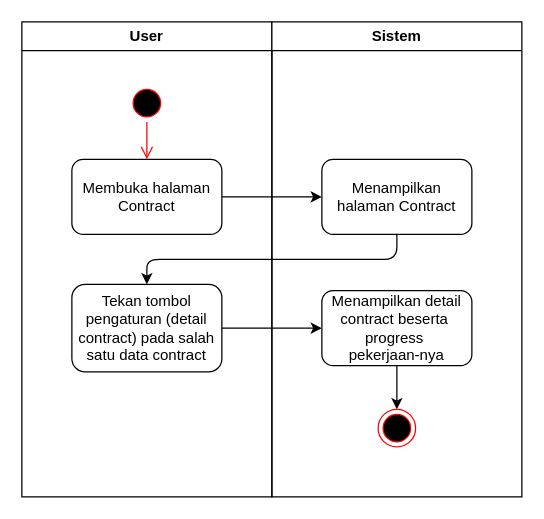
Above: contract/progresspekerjaan.drawio in rismanrhz/idms (draw.io), before the change. Source tidied: cells renumbered, new cells numbered last; positions are measured from the earlier drawing's top-left corner, leaving out a move shared by most shapes. Both pictures are drawn from the tidied source at 125%, with x=0, y=0 at pixel (21, 21).
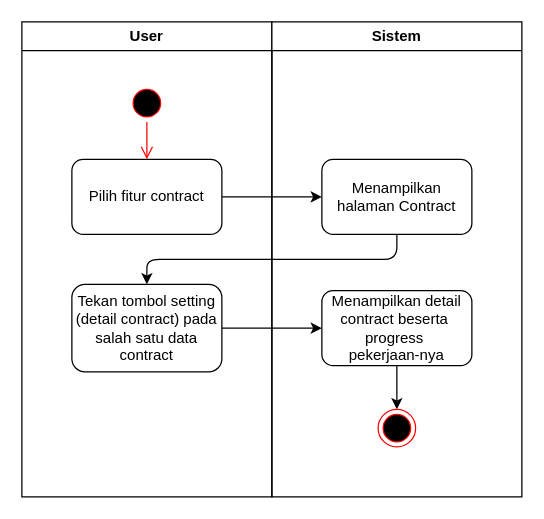
The same diagram, later.

What changed in the source:
```diff
@@
 <mxGraphModel>
   <root>
     <mxCell id="0" />
     <mxCell id="1" parent="0" />
     <mxCell id="2" value="User" style="swimlane;whiteSpace=wrap;html=1;" parent="1" vertex="1">
       <mxGeometry width="200" height="380" as="geometry" />
     </mxCell>
     <mxCell id="3" style="ellipse;html=1;shape=startState;fillColor=#000000;strokeColor=#ff0000;" parent="2" vertex="1">
       <mxGeometry x="85" y="50" width="30" height="30" as="geometry" />
     </mxCell>
-    <mxCell id="4" value="Membuka halaman Contract" style="rounded=1;whiteSpace=wrap;html=1;" parent="2" vertex="1">
+    <mxCell id="4" value="Pilih fitur contract" style="rounded=1;whiteSpace=wrap;html=1;" parent="2" vertex="1">
       <mxGeometry x="40" y="110" width="120" height="60" as="geometry" />
     </mxCell>
     <mxCell id="5" style="edgeStyle=orthogonalEdgeStyle;html=1;verticalAlign=bottom;endArrow=open;endSize=8;strokeColor=#ff0000;entryX=0.5;entryY=0;entryDx=0;entryDy=0;" parent="2" edge="1" source="3" target="4">
       <mxGeometry relative="1" as="geometry" />
     </mxCell>
-    <mxCell id="6" value="Tekan tombol pengaturan (detail contract) pada salah satu data contract" style="rounded=1;whiteSpace=wrap;html=1;" parent="2" vertex="1">
+    <mxCell id="6" value="Tekan tombol setting (detail contract) pada salah satu data contract" style="rounded=1;whiteSpace=wrap;html=1;" parent="2" vertex="1">
       <mxGeometry x="40" y="210" width="120" height="70" as="geometry" />
     </mxCell>
     <mxCell id="7" value="Sistem" style="swimlane;whiteSpace=wrap;html=1;" parent="1" vertex="1">
       <mxGeometry x="200" width="200" height="380" as="geometry" />
     </mxCell>
     <mxCell id="8" value="Menampilkan halaman Contract" style="rounded=1;whiteSpace=wrap;html=1;" parent="7" vertex="1">
       <mxGeometry x="40" y="110" width="120" height="60" as="geometry" />
     </mxCell>
     <mxCell id="9" value="Menampilkan detail contract beserta&amp;nbsp;&lt;div&gt;progress&amp;nbsp;&lt;/div&gt;&lt;div&gt;pekerjaan-nya&lt;/div&gt;" style="rounded=1;whiteSpace=wrap;html=1;" parent="7" vertex="1">
       <mxGeometry x="40" y="215" width="120" height="60" as="geometry" />
     </mxCell>
     <mxCell id="10" style="edgeStyle=none;html=1;entryX=1;entryY=0.5;entryDx=0;entryDy=0;" parent="7" edge="1">
       <mxGeometry relative="1" as="geometry">
         <mxPoint x="160" y="350" as="targetPoint" />
         <Array as="points">
           <mxPoint x="180" y="450" />
           <mxPoint x="180" y="350" />
         </Array>
       </mxGeometry>
     </mxCell>
     <mxCell id="11" style="edgeStyle=none;html=1;exitX=0.5;exitY=1;exitDx=0;exitDy=0;entryX=0.5;entryY=0;entryDx=0;entryDy=0;" parent="7" edge="1" source="9" target="12">
       <mxGeometry relative="1" as="geometry" />
     </mxCell>
     <mxCell id="12" style="ellipse;html=1;shape=endState;fillColor=#000000;strokeColor=#ff0000;" parent="7" vertex="1">
       <mxGeometry x="85" y="310" width="30" height="30" as="geometry" />
     </mxCell>
     <mxCell id="13" style="edgeStyle=none;html=1;" parent="1" edge="1" source="4" target="8">
       <mxGeometry relative="1" as="geometry" />
     </mxCell>
     <mxCell id="14" style="edgeStyle=none;html=1;entryX=0.5;entryY=0;entryDx=0;entryDy=0;exitX=0.5;exitY=1;exitDx=0;exitDy=0;" parent="1" edge="1" source="8" target="6">
       <mxGeometry relative="1" as="geometry">
         <Array as="points">
           <mxPoint x="300" y="190" />
           <mxPoint x="100" y="190" />
         </Array>
       </mxGeometry>
     </mxCell>
     <mxCell id="15" style="edgeStyle=none;html=1;" parent="1" edge="1" source="6" target="9">
       <mxGeometry relative="1" as="geometry" />
     </mxCell>
   </root>
 </mxGraphModel>
```
